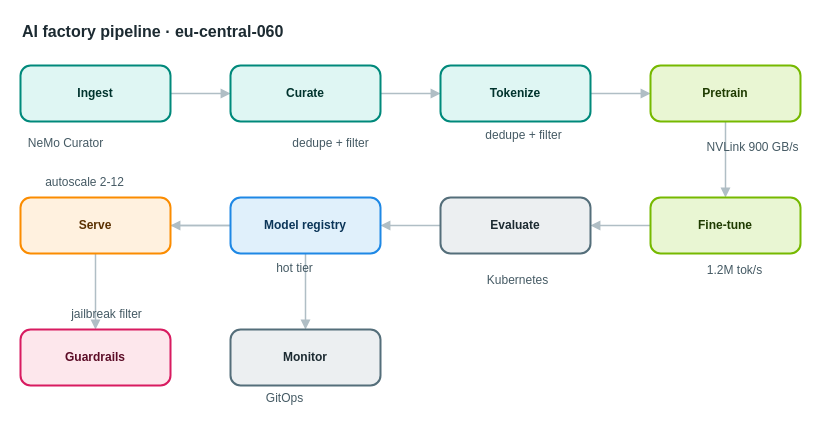
Earlier version of the draw.io diagram apps/web/public/samples/library/060-ai-factory-pipeline.drawio (AryanG01/open-apprentice). Source tidied: cells renumbered, new cells numbered last; positions are measured from the earlier drawing's top-left corner, leaving out a move shared by most shapes. Both pictures are drawn from the tidied source at 100%, with x=0, y=0 at pixel (17, 17).
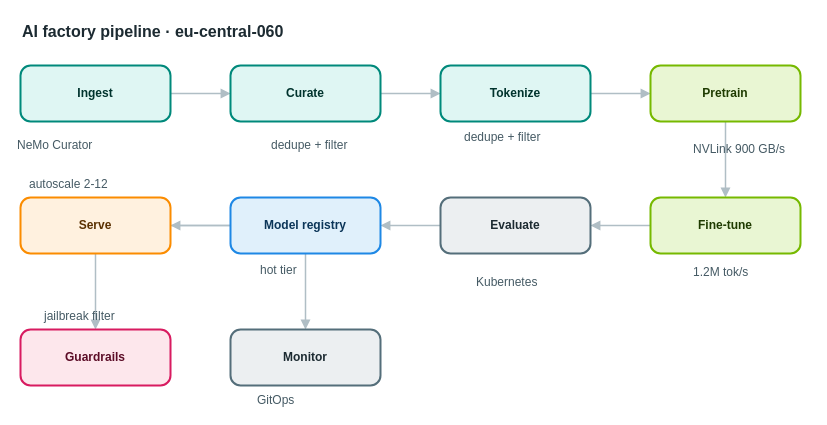
The same diagram, later.

Change to the diagram source:
```diff
@@
-    <mxCell id="22" value="NeMo Curator" style="text;html=1;align=center;verticalAlign=middle;whiteSpace=nowrap;strokeColor=none;fillColor=none;fontSize=12;fontColor=#455a64;" parent="1" vertex="1">
+    <mxCell id="22" value="NeMo Curator" style="text;html=1;align=left;verticalAlign=top;whiteSpace=nowrap;spacing=0;spacingTop=0;strokeColor=none;fillColor=none;fontSize=12;fontColor=#455a64;" parent="1" vertex="1">
       <mxGeometry y="116" width="96" height="20" as="geometry" />
     </mxCell>
-    <mxCell id="23" value="dedupe + filter" style="text;html=1;align=center;verticalAlign=middle;whiteSpace=nowrap;strokeColor=none;fillColor=none;fontSize=12;fontColor=#455a64;" parent="1" vertex="1">
+    <mxCell id="23" value="dedupe + filter" style="text;html=1;align=left;verticalAlign=top;whiteSpace=nowrap;spacing=0;spacingTop=0;strokeColor=none;fillColor=none;fontSize=12;fontColor=#455a64;" parent="1" vertex="1">
       <mxGeometry x="254" y="116" width="117" height="20" as="geometry" />
     </mxCell>
-    <mxCell id="24" value="dedupe + filter" style="text;html=1;align=center;verticalAlign=middle;whiteSpace=nowrap;strokeColor=none;fillColor=none;fontSize=12;fontColor=#455a64;" parent="1" vertex="1">
+    <mxCell id="24" value="dedupe + filter" style="text;html=1;align=left;verticalAlign=top;whiteSpace=nowrap;spacing=0;spacingTop=0;strokeColor=none;fillColor=none;fontSize=12;fontColor=#455a64;" parent="1" vertex="1">
       <mxGeometry x="447" y="108" width="117" height="20" as="geometry" />
     </mxCell>
-    <mxCell id="25" value="NVLink 900 GB/s" style="text;html=1;align=center;verticalAlign=middle;whiteSpace=nowrap;strokeColor=none;fillColor=none;fontSize=12;fontColor=#455a64;" parent="1" vertex="1">
+    <mxCell id="25" value="NVLink 900 GB/s" style="text;html=1;align=left;verticalAlign=top;whiteSpace=nowrap;spacing=0;spacingTop=0;strokeColor=none;fillColor=none;fontSize=12;fontColor=#455a64;" parent="1" vertex="1">
       <mxGeometry x="676" y="120" width="117" height="20" as="geometry" />
     </mxCell>
-    <mxCell id="26" value="1.2M tok/s" style="text;html=1;align=center;verticalAlign=middle;whiteSpace=nowrap;strokeColor=none;fillColor=none;fontSize=12;fontColor=#455a64;" parent="1" vertex="1">
+    <mxCell id="26" value="1.2M tok/s" style="text;html=1;align=left;verticalAlign=top;whiteSpace=nowrap;spacing=0;spacingTop=0;strokeColor=none;fillColor=none;fontSize=12;fontColor=#455a64;" parent="1" vertex="1">
       <mxGeometry x="676" y="243" width="82" height="20" as="geometry" />
     </mxCell>
-    <mxCell id="27" value="Kubernetes" style="text;html=1;align=center;verticalAlign=middle;whiteSpace=nowrap;strokeColor=none;fillColor=none;fontSize=12;fontColor=#455a64;" parent="1" vertex="1">
+    <mxCell id="27" value="Kubernetes" style="text;html=1;align=left;verticalAlign=top;whiteSpace=nowrap;spacing=0;spacingTop=0;strokeColor=none;fillColor=none;fontSize=12;fontColor=#455a64;" parent="1" vertex="1">
       <mxGeometry x="459" y="253" width="82" height="20" as="geometry" />
     </mxCell>
-    <mxCell id="28" value="hot tier" style="text;html=1;align=center;verticalAlign=middle;whiteSpace=nowrap;strokeColor=none;fillColor=none;fontSize=12;fontColor=#455a64;" parent="1" vertex="1">
+    <mxCell id="28" value="hot tier" style="text;html=1;align=left;verticalAlign=top;whiteSpace=nowrap;spacing=0;spacingTop=0;strokeColor=none;fillColor=none;fontSize=12;fontColor=#455a64;" parent="1" vertex="1">
       <mxGeometry x="243" y="241" width="68" height="20" as="geometry" />
     </mxCell>
-    <mxCell id="29" value="autoscale 2-12" style="text;html=1;align=center;verticalAlign=middle;whiteSpace=nowrap;strokeColor=none;fillColor=none;fontSize=12;fontColor=#455a64;" parent="1" vertex="1">
+    <mxCell id="29" value="autoscale 2-12" style="text;html=1;align=left;verticalAlign=top;whiteSpace=nowrap;spacing=0;spacingTop=0;strokeColor=none;fillColor=none;fontSize=12;fontColor=#455a64;" parent="1" vertex="1">
       <mxGeometry x="12" y="155" width="110" height="20" as="geometry" />
     </mxCell>
-    <mxCell id="30" value="jailbreak filter" style="text;html=1;align=center;verticalAlign=middle;whiteSpace=nowrap;strokeColor=none;fillColor=none;fontSize=12;fontColor=#455a64;" parent="1" vertex="1">
+    <mxCell id="30" value="jailbreak filter" style="text;html=1;align=left;verticalAlign=top;whiteSpace=nowrap;spacing=0;spacingTop=0;strokeColor=none;fillColor=none;fontSize=12;fontColor=#455a64;" parent="1" vertex="1">
       <mxGeometry x="27" y="287" width="124" height="20" as="geometry" />
     </mxCell>
-    <mxCell id="31" value="GitOps" style="text;html=1;align=center;verticalAlign=middle;whiteSpace=nowrap;strokeColor=none;fillColor=none;fontSize=12;fontColor=#455a64;" parent="1" vertex="1">
+    <mxCell id="31" value="GitOps" style="text;html=1;align=left;verticalAlign=top;whiteSpace=nowrap;spacing=0;spacingTop=0;strokeColor=none;fillColor=none;fontSize=12;fontColor=#455a64;" parent="1" vertex="1">
       <mxGeometry x="240" y="371" width="54" height="20" as="geometry" />
     </mxCell>
```
